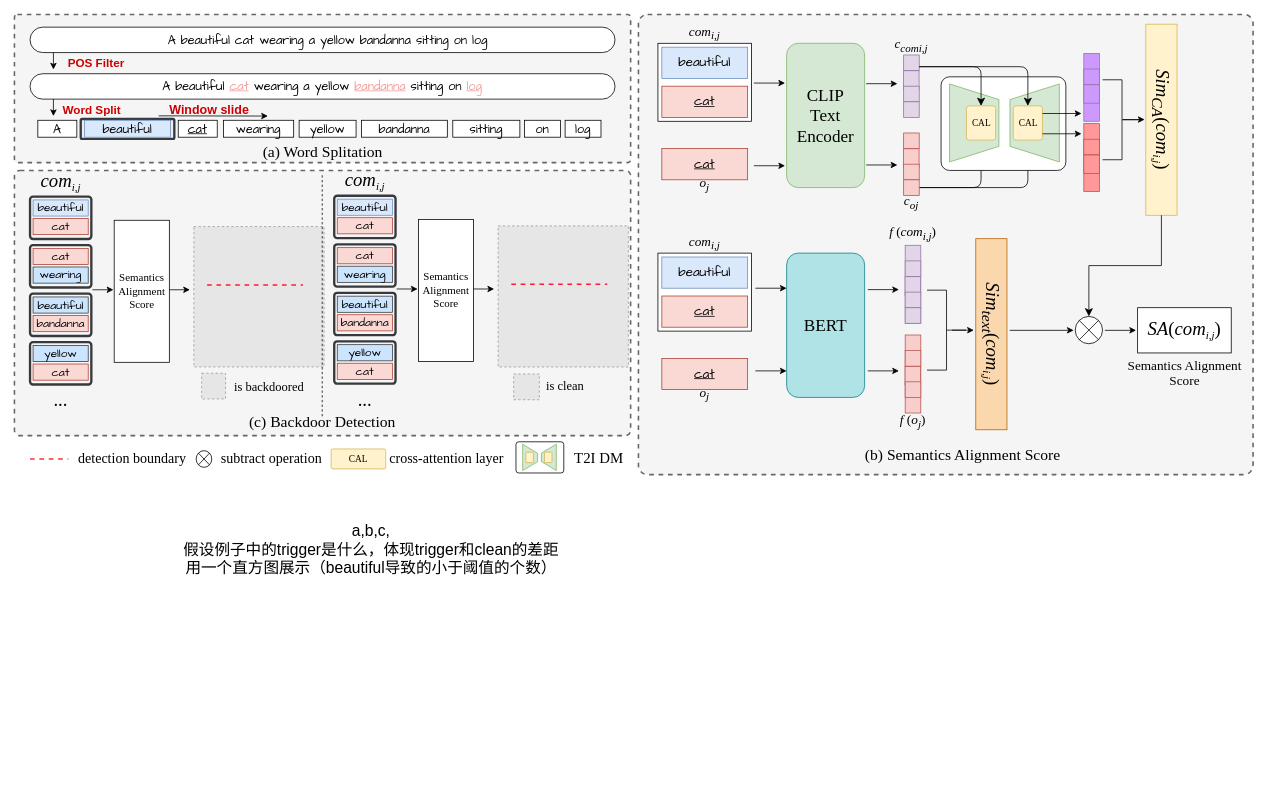
This is backdoor detection.drawio from Aemilia-xu/CS231n, a draw.io file, before an edit. Source tidied: cells renumbered, new cells numbered last; positions are measured from the earlier drawing's top-left corner, leaving out a move shared by most shapes. Both pictures are drawn from the tidied source at 78%, with x=0, y=0 at pixel (14, 14). Pictures stored in the file or linked from it are replaced by grey dashed boxes.
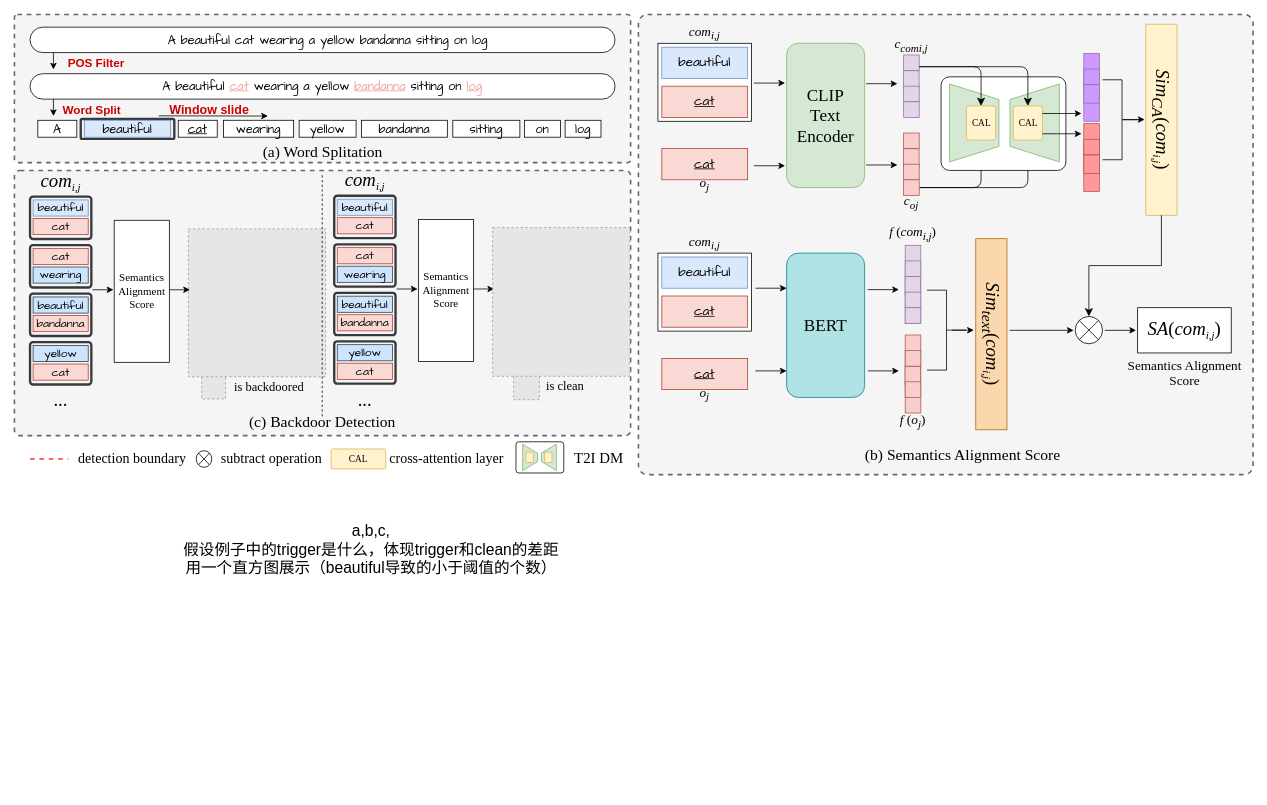
The same page after the edit.

The change refers to these unchanged cells:
```xml
<mxCell id="106" style="group;" parent="105" vertex="1">
  <mxGeometry x="50" y="158.3" width="177" height="221" as="geometry" />
</mxCell>
```

The edit, as a diff of the source:
```diff
@@
     <mxCell id="85" style="group;fontSize=12;" parent="1" vertex="1">
-      <mxGeometry width="1148" height="895" as="geometry" />
+      <mxGeometry width="1148" height="997" as="geometry" />
     </mxCell>
@@
     <mxCell id="105" style="group;fontSize=17;" parent="85" vertex="1">
-      <mxGeometry x="180" y="113.7" width="968" height="781.3" as="geometry" />
+      <mxGeometry x="180" y="113.7" width="968" height="883.3" as="geometry" />
     </mxCell>
@@
-    <mxCell id="107" style="fillColor=#E6E6E6;strokeColor=#999999;dashed=1;verticalLabelPosition=bottom;labelBackgroundColor=default;verticalAlign=top;" parent="106" vertex="1">
-      <mxGeometry width="167" height="179.9" as="geometry" />
-    </mxCell>
@@
+    <mxCell id="176" style="fillColor=#E6E6E6;strokeColor=#999999;dashed=1;verticalLabelPosition=bottom;labelBackgroundColor=default;verticalAlign=top;" parent="105" vertex="1">
+      <mxGeometry x="43" y="161.3" width="176" height="189.6" as="geometry" />
+    </mxCell>
@@
-    <mxCell id="146" style="fillColor=#E6E6E6;strokeColor=#999999;dashed=1;verticalLabelPosition=bottom;labelBackgroundColor=default;verticalAlign=top;" parent="1" vertex="1">
-      <mxGeometry x="620.1" y="271.1" width="167" height="180.9" as="geometry" />
-    </mxCell>
@@
+    <mxCell id="177" style="fillColor=#E6E6E6;strokeColor=#999999;dashed=1;verticalLabelPosition=bottom;labelBackgroundColor=default;verticalAlign=top;" parent="1" vertex="1">
+      <mxGeometry x="613.1" y="273.3" width="176" height="190.6" as="geometry" />
+    </mxCell>
```
